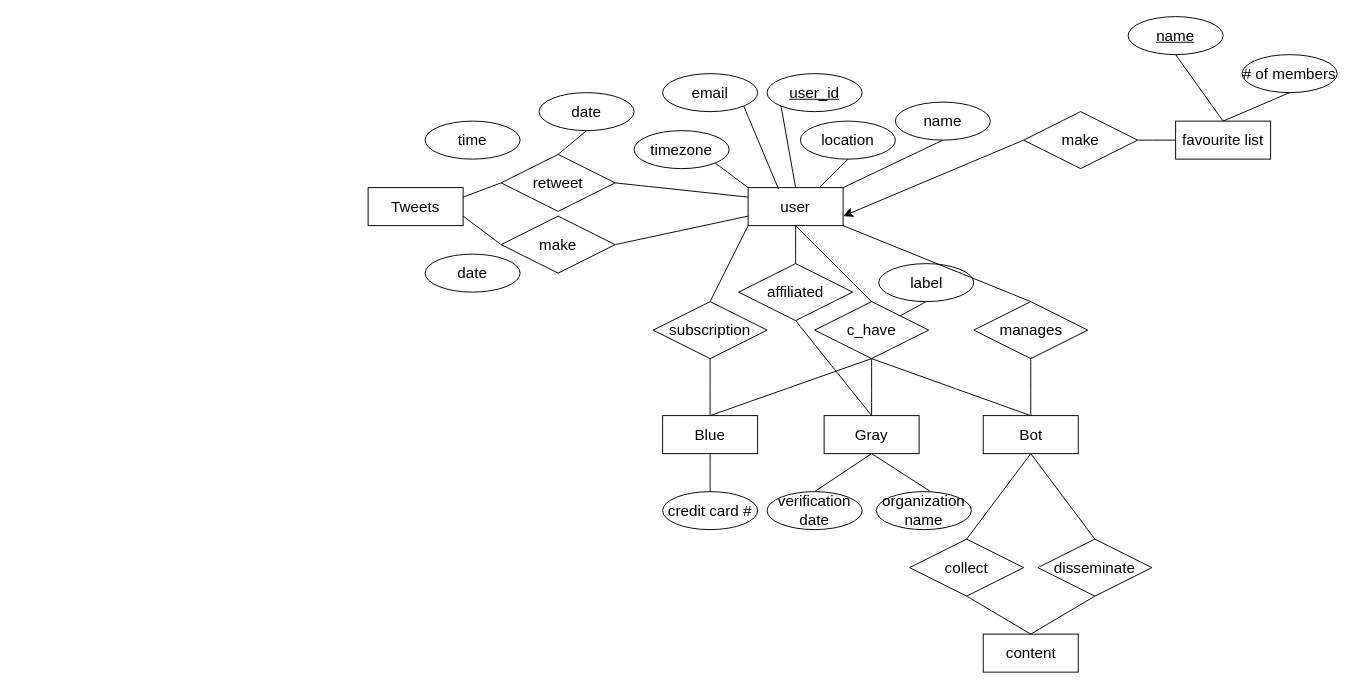
This is Part1/Daniel/Untitled Diagram.drawio from slappy163/291-Assignment-1, a draw.io file, before an edit. Source tidied: cells renumbered, new cells numbered last; positions are measured from the earlier drawing's top-left corner, leaving out a move shared by most shapes. Both pictures are drawn from the tidied source at 95%, with x=0, y=0 at pixel (368, 16).
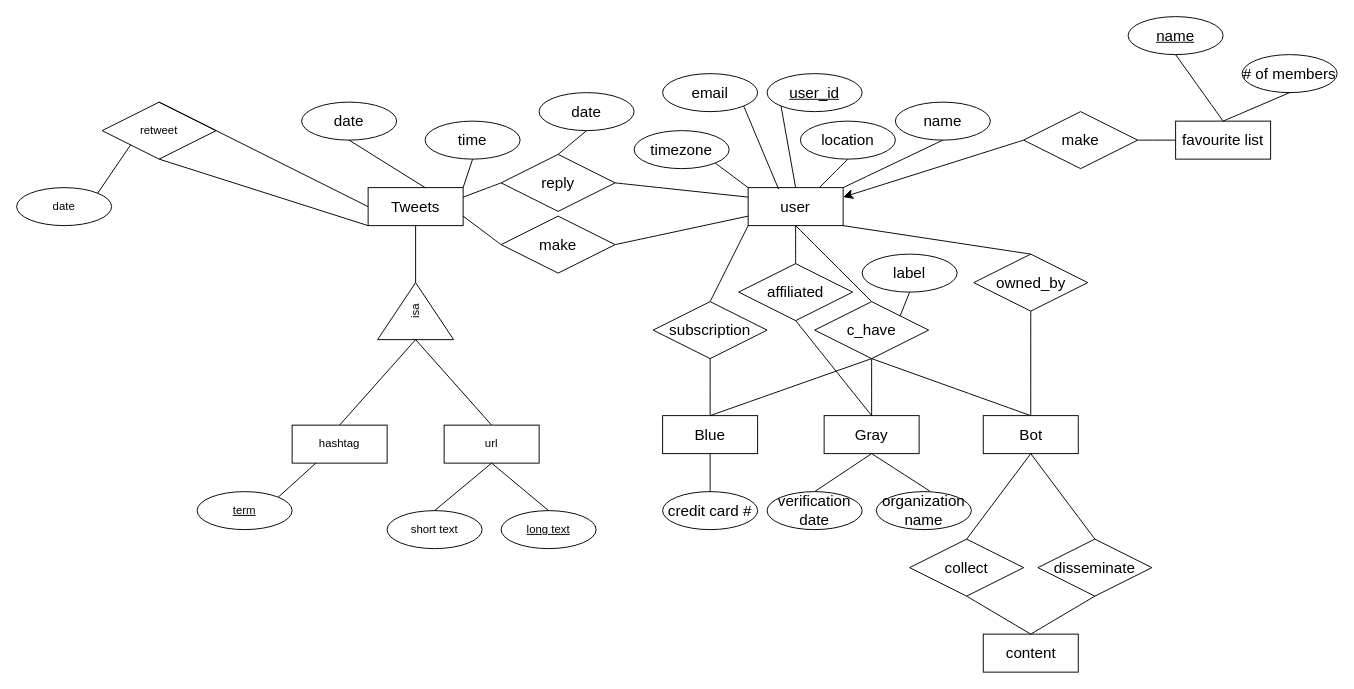
Above is the later version.

Commit message:
this makes me sick to look at

The change refers to these unchanged cells:
```xml
<mxCell id="2" value="user" style="whiteSpace=wrap;html=1;align=center;fontSize=16;" parent="1" vertex="1">
  <mxGeometry x="400" y="180" width="100" height="40" as="geometry" />
</mxCell>
<mxCell id="39" value="make" style="shape=rhombus;perimeter=rhombusPerimeter;whiteSpace=wrap;html=1;align=center;fontSize=16;" parent="1" vertex="1">
  <mxGeometry x="690" y="100" width="120" height="60" as="geometry" />
</mxCell>
<mxCell id="53" value="Tweets" style="whiteSpace=wrap;html=1;align=center;fontSize=16;" parent="1" vertex="1">
  <mxGeometry y="180" width="100" height="40" as="geometry" />
</mxCell>
```

Diff of the diagram source:
```diff
@@
     <mxCell id="19" value="label&lt;br&gt;" style="ellipse;whiteSpace=wrap;html=1;align=center;fontSize=16;" parent="1" vertex="1">
-      <mxGeometry x="537.5" y="260" width="100" height="40" as="geometry" />
+      <mxGeometry x="520" y="250" width="100" height="40" as="geometry" />
     </mxCell>
@@
-    <mxCell id="21" value="manages" style="shape=rhombus;perimeter=rhombusPerimeter;whiteSpace=wrap;html=1;align=center;fontSize=16;" parent="1" vertex="1">
-      <mxGeometry x="637.5" y="300" width="120" height="60" as="geometry" />
+    <mxCell id="21" value="owned_by" style="shape=rhombus;perimeter=rhombusPerimeter;whiteSpace=wrap;html=1;align=center;fontSize=16;" parent="1" vertex="1">
+      <mxGeometry x="637.5" y="250" width="120" height="60" as="geometry" />
     </mxCell>
@@
-    <mxCell id="38" style="edgeStyle=none;curved=1;rounded=0;jettySize=auto;html=1;exitX=0;exitY=0.5;exitDx=0;exitDy=0;entryX=1;entryY=0.75;entryDx=0;entryDy=0;fontSize=12;startSize=8;endSize=8;" parent="1" edge="1" source="39" target="2">
+    <mxCell id="38" style="edgeStyle=none;curved=1;rounded=0;jettySize=auto;html=1;exitX=0;exitY=0.5;exitDx=0;exitDy=0;entryX=1;entryY=0.25;entryDx=0;entryDy=0;fontSize=12;startSize=8;endSize=8;" parent="1" edge="1" source="39" target="2">
       <mxGeometry relative="1" as="geometry" />
     </mxCell>
@@
-    <mxCell id="54" value="retweet" style="shape=rhombus;perimeter=rhombusPerimeter;whiteSpace=wrap;html=1;align=center;fontSize=16;" parent="1" vertex="1">
+    <mxCell id="54" value="reply" style="shape=rhombus;perimeter=rhombusPerimeter;whiteSpace=wrap;html=1;align=center;fontSize=16;" parent="1" vertex="1">
       <mxGeometry x="140" y="145" width="120" height="60" as="geometry" />
     </mxCell>
@@
     <mxCell id="60" value="date" style="ellipse;whiteSpace=wrap;html=1;align=center;fontSize=16;" parent="1" vertex="1">
-      <mxGeometry x="60" y="250" width="100" height="40" as="geometry" />
+      <mxGeometry x="-70" y="90" width="100" height="40" as="geometry" />
     </mxCell>
@@
+    <mxCell id="64" style="endArrow=none;html=1;rounded=0;entryX=1;entryY=0;entryDx=0;entryDy=0;" parent="1" edge="1" target="53">
+      <mxGeometry relative="1" as="geometry">
+        <mxPoint x="110" y="150" as="sourcePoint" />
+      </mxGeometry>
+    </mxCell>
+    <mxCell id="65" style="endArrow=none;html=1;rounded=0;entryX=0.5;entryY=1;entryDx=0;entryDy=0;" parent="1" edge="1" target="60">
+      <mxGeometry relative="1" as="geometry">
+        <mxPoint x="60" y="180" as="sourcePoint" />
+      </mxGeometry>
+    </mxCell>
+    <mxCell id="66" value="retweet" style="shape=rhombus;perimeter=rhombusPerimeter;whiteSpace=wrap;html=1;align=center;" parent="1" vertex="1">
+      <mxGeometry x="-280" y="90" width="120" height="60" as="geometry" />
+    </mxCell>
+    <mxCell id="67" style="endArrow=none;html=1;rounded=0;exitX=0.5;exitY=1;exitDx=0;exitDy=0;entryX=0;entryY=1;entryDx=0;entryDy=0;" parent="1" edge="1" source="66" target="53">
+      <mxGeometry relative="1" as="geometry" />
+    </mxCell>
+    <mxCell id="68" style="endArrow=none;html=1;rounded=0;exitX=0.5;exitY=0;exitDx=0;exitDy=0;" parent="1" edge="1" source="66">
+      <mxGeometry relative="1" as="geometry">
+        <mxPoint y="200" as="targetPoint" />
+      </mxGeometry>
+    </mxCell>
+    <mxCell id="69" value="date" style="ellipse;whiteSpace=wrap;html=1;align=center;" parent="1" vertex="1">
+      <mxGeometry x="-370" y="180" width="100" height="40" as="geometry" />
+    </mxCell>
+    <mxCell id="70" style="endArrow=none;html=1;rounded=0;exitX=0;exitY=1;exitDx=0;exitDy=0;entryX=1;entryY=0;entryDx=0;entryDy=0;" parent="1" edge="1" source="66" target="69">
+      <mxGeometry relative="1" as="geometry" />
+    </mxCell>
+    <mxCell id="71" value="isa" style="triangle;whiteSpace=wrap;html=1;rotation=-90;" parent="1" vertex="1">
+      <mxGeometry x="20" y="270" width="60" height="80" as="geometry" />
+    </mxCell>
+    <mxCell id="72" style="endArrow=none;html=1;rounded=0;exitX=0.5;exitY=1;exitDx=0;exitDy=0;entryX=1;entryY=0.5;entryDx=0;entryDy=0;" parent="1" edge="1" source="53" target="71">
+      <mxGeometry relative="1" as="geometry" />
+    </mxCell>
+    <mxCell id="73" value="hashtag" style="whiteSpace=wrap;html=1;align=center;" parent="1" vertex="1">
+      <mxGeometry x="-80" y="430" width="100" height="40" as="geometry" />
+    </mxCell>
+    <mxCell id="74" value="url" style="whiteSpace=wrap;html=1;align=center;" parent="1" vertex="1">
+      <mxGeometry x="80" y="430" width="100" height="40" as="geometry" />
+    </mxCell>
+    <mxCell id="75" style="endArrow=none;html=1;rounded=0;exitX=0;exitY=0.5;exitDx=0;exitDy=0;entryX=0.5;entryY=0;entryDx=0;entryDy=0;" parent="1" edge="1" source="71" target="73">
+      <mxGeometry relative="1" as="geometry" />
+    </mxCell>
+    <mxCell id="76" style="endArrow=none;html=1;rounded=0;exitX=0;exitY=0.5;exitDx=0;exitDy=0;entryX=0.5;entryY=0;entryDx=0;entryDy=0;" parent="1" edge="1" source="71" target="74">
+      <mxGeometry relative="1" as="geometry" />
+    </mxCell>
+    <mxCell id="77" value="term" style="ellipse;whiteSpace=wrap;html=1;align=center;fontStyle=4;" parent="1" vertex="1">
+      <mxGeometry x="-180" y="500" width="100" height="40" as="geometry" />
+    </mxCell>
+    <mxCell id="78" style="endArrow=none;html=1;rounded=0;exitX=0.25;exitY=1;exitDx=0;exitDy=0;entryX=1;entryY=0;entryDx=0;entryDy=0;" parent="1" edge="1" source="73" target="77">
+      <mxGeometry relative="1" as="geometry" />
+    </mxCell>
+    <mxCell id="79" value="short text" style="ellipse;whiteSpace=wrap;html=1;align=center;" parent="1" vertex="1">
+      <mxGeometry x="20" y="520" width="100" height="40" as="geometry" />
+    </mxCell>
+    <mxCell id="80" value="&lt;u&gt;long text&lt;/u&gt;" style="ellipse;whiteSpace=wrap;html=1;align=center;" parent="1" vertex="1">
+      <mxGeometry x="140" y="520" width="100" height="40" as="geometry" />
+    </mxCell>
+    <mxCell id="81" style="endArrow=none;html=1;rounded=0;exitX=0.5;exitY=1;exitDx=0;exitDy=0;entryX=0.5;entryY=0;entryDx=0;entryDy=0;" parent="1" edge="1" source="74" target="79">
+      <mxGeometry relative="1" as="geometry" />
+    </mxCell>
+    <mxCell id="82" style="endArrow=none;html=1;rounded=0;exitX=0.5;exitY=1;exitDx=0;exitDy=0;entryX=0.5;entryY=0;entryDx=0;entryDy=0;" parent="1" edge="1" source="74" target="80">
+      <mxGeometry relative="1" as="geometry" />
+    </mxCell>
```
